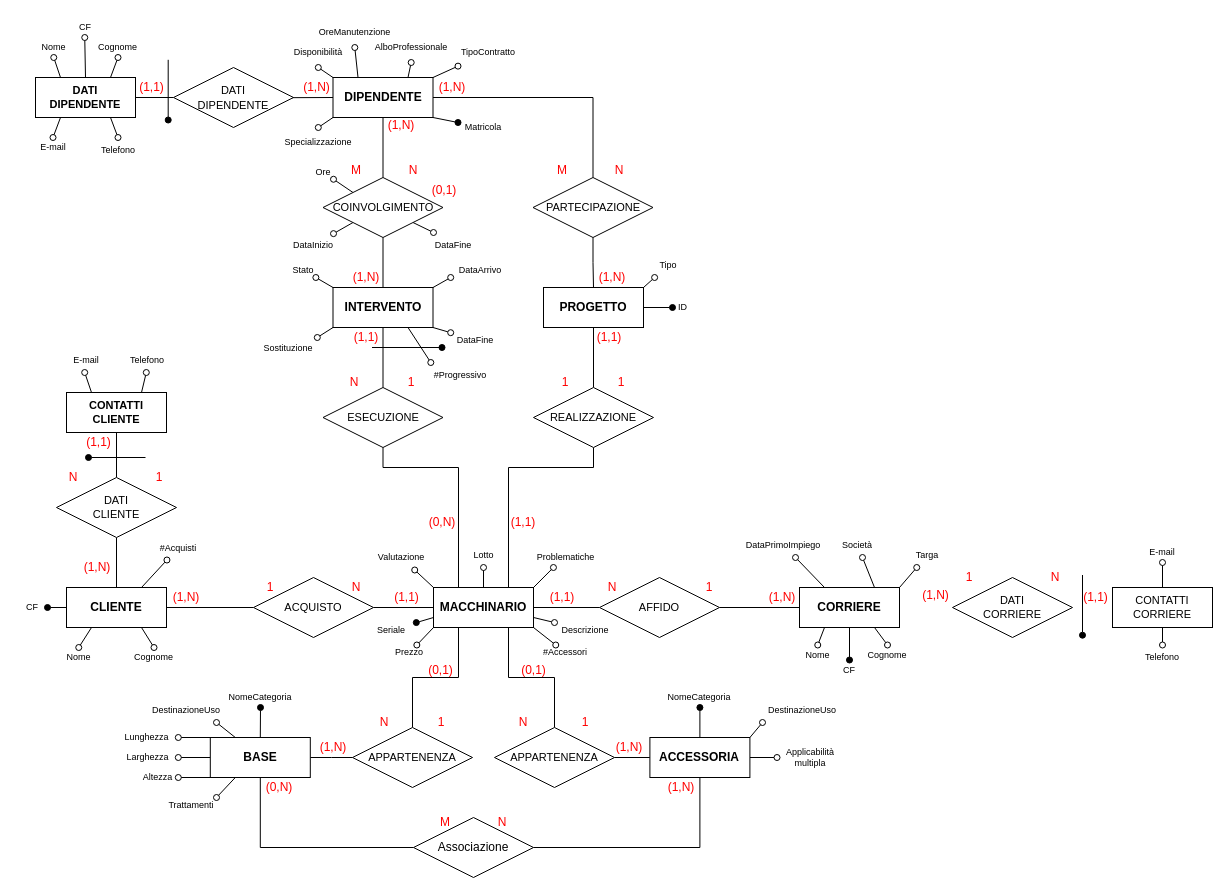
Earlier version of the draw.io diagram SchemaER/SchemaER_Definitivo.drawio (MicheleRabesco/MacchinariEstetici). Source tidied: cells renumbered, new cells numbered last; positions are measured from the earlier drawing's top-left corner, leaving out a move shared by most shapes. Both pictures are drawn from the tidied source at 100%, with x=0, y=0 at pixel (17, 17).
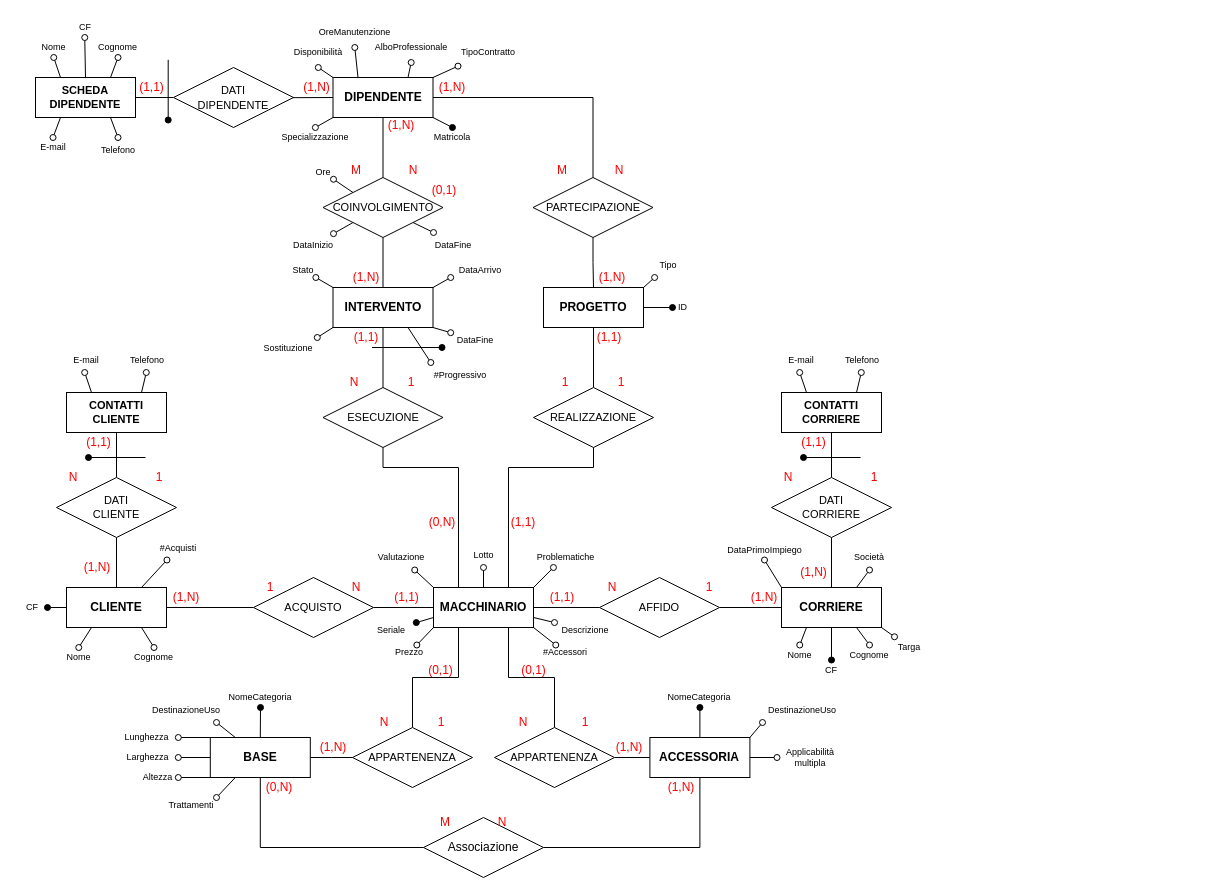
Above is the later version.

The change refers to these unchanged cells:
```xml
<mxCell id="33" value="&lt;b&gt;DIPENDENTE&lt;/b&gt;" style="whiteSpace=wrap;html=1;align=center;" parent="1" vertex="1">
  <mxGeometry x="315.5" y="60" width="100" height="40" as="geometry" />
</mxCell>
```

The edit, as a diff of the source:
```diff
@@
-    <mxCell id="27" style="rounded=0;sketch=0;jettySize=auto;html=1;exitX=1;exitY=1;exitDx=0;exitDy=0;fontSize=9;endArrow=oval;endFill=1;" parent="1" edge="1" source="33" target="153">
+    <mxCell id="27" style="rounded=0;sketch=0;jettySize=auto;html=1;exitX=1;exitY=1;exitDx=0;exitDy=0;fontSize=9;endArrow=oval;endFill=1;entryX=0.5;entryY=0;entryDx=0;entryDy=0;" parent="1" edge="1" source="33" target="153">
       <mxGeometry relative="1" as="geometry" />
     </mxCell>
@@
-    <mxCell id="40" style="edgeStyle=none;rounded=0;jettySize=auto;html=1;exitX=0.25;exitY=0;exitDx=0;exitDy=0;fontSize=9;fontColor=#000000;endArrow=oval;endFill=0;" parent="1" edge="1" source="46" target="115">
+    <mxCell id="40" style="edgeStyle=none;rounded=0;jettySize=auto;html=1;exitX=0;exitY=0;exitDx=0;exitDy=0;fontSize=9;fontColor=#000000;endArrow=oval;endFill=0;entryX=0.5;entryY=1;entryDx=0;entryDy=0;" parent="1" edge="1" source="46" target="115">
       <mxGeometry relative="1" as="geometry" />
     </mxCell>
-    <mxCell id="41" style="edgeStyle=none;rounded=0;jettySize=auto;html=1;exitX=0.75;exitY=0;exitDx=0;exitDy=0;fontSize=9;fontColor=#000000;endArrow=oval;endFill=0;" parent="1" edge="1" source="46" target="116">
+    <mxCell id="41" style="edgeStyle=none;rounded=0;jettySize=auto;html=1;exitX=0.75;exitY=0;exitDx=0;exitDy=0;fontSize=9;fontColor=#000000;endArrow=oval;endFill=0;entryX=0.5;entryY=1;entryDx=0;entryDy=0;" parent="1" edge="1" source="46" target="116">
       <mxGeometry relative="1" as="geometry" />
     </mxCell>
-    <mxCell id="42" style="edgeStyle=none;rounded=0;jettySize=auto;html=1;exitX=1;exitY=0;exitDx=0;exitDy=0;fontSize=9;fontColor=#000000;endArrow=oval;endFill=0;" parent="1" edge="1" source="46" target="117">
+    <mxCell id="42" style="edgeStyle=none;rounded=0;jettySize=auto;html=1;exitX=1;exitY=1;exitDx=0;exitDy=0;fontSize=9;fontColor=#000000;endArrow=oval;endFill=0;" parent="1" edge="1" source="46" target="117">
       <mxGeometry relative="1" as="geometry" />
     </mxCell>
@@
+    <mxCell id="203" style="edgeStyle=orthogonalEdgeStyle;rounded=0;jettySize=auto;html=1;fontColor=#000000;endArrow=none;endFill=0;entryX=0.5;entryY=1;entryDx=0;entryDy=0;" parent="1" edge="1" source="46" target="192">
+      <mxGeometry relative="1" as="geometry" />
+    </mxCell>
     <mxCell id="46" value="&lt;b&gt;CORRIERE&lt;/b&gt;" style="whiteSpace=wrap;html=1;align=center;fontColor=#000000;" parent="1" vertex="1">
-      <mxGeometry x="782" y="570" width="100" height="40" as="geometry" />
+      <mxGeometry x="764" y="570" width="100" height="40" as="geometry" />
     </mxCell>
@@
     <mxCell id="82" value="Specializzazione" style="text;html=1;strokeColor=none;fillColor=none;align=center;verticalAlign=middle;whiteSpace=wrap;rounded=0;fontSize=9;" parent="1" vertex="1">
-      <mxGeometry x="270.8" y="110" width="60" height="30" as="geometry" />
+      <mxGeometry x="270.8" y="110" width="54.2" height="20" as="geometry" />
     </mxCell>
@@
     <mxCell id="115" value="DataPrimoImpiego" style="text;html=1;strokeColor=none;fillColor=none;align=center;verticalAlign=middle;whiteSpace=wrap;rounded=0;fontSize=9;fontColor=#000000;" parent="1" vertex="1">
-      <mxGeometry x="745" y="515" width="41.9" height="25" as="geometry" />
+      <mxGeometry x="707.5" y="522.5" width="79" height="20" as="geometry" />
     </mxCell>
     <mxCell id="116" value="Società" style="text;html=1;strokeColor=none;fillColor=none;align=center;verticalAlign=middle;whiteSpace=wrap;rounded=0;fontSize=9;fontColor=#000000;" parent="1" vertex="1">
-      <mxGeometry x="825" y="515" width="30" height="25" as="geometry" />
+      <mxGeometry x="837" y="527.5" width="30" height="25" as="geometry" />
     </mxCell>
     <mxCell id="117" value="Targa" style="text;html=1;strokeColor=none;fillColor=none;align=center;verticalAlign=middle;whiteSpace=wrap;rounded=0;fontSize=9;fontColor=#000000;" parent="1" vertex="1">
-      <mxGeometry x="895" y="525" width="30" height="25" as="geometry" />
+      <mxGeometry x="877" y="617.5" width="30" height="25" as="geometry" />
     </mxCell>
@@
     <mxCell id="121" value="Nome" style="text;html=1;strokeColor=none;fillColor=none;align=center;verticalAlign=middle;whiteSpace=wrap;rounded=0;fontSize=9;fontColor=#000000;" parent="1" vertex="1">
-      <mxGeometry x="782" y="627.5" width="36.5" height="20" as="geometry" />
+      <mxGeometry x="764" y="627.5" width="36.5" height="20" as="geometry" />
     </mxCell>
     <mxCell id="122" value="Cognome" style="text;html=1;strokeColor=none;fillColor=none;align=center;verticalAlign=middle;whiteSpace=wrap;rounded=0;fontSize=9;fontColor=#000000;" parent="1" vertex="1">
-      <mxGeometry x="845" y="627.5" width="50" height="20" as="geometry" />
+      <mxGeometry x="827" y="627.5" width="50" height="20" as="geometry" />
     </mxCell>
     <mxCell id="123" value="CF" style="text;html=1;strokeColor=none;fillColor=none;align=center;verticalAlign=middle;whiteSpace=wrap;rounded=0;fontSize=9;fontColor=#000000;" parent="1" vertex="1">
-      <mxGeometry x="817" y="642.5" width="30" height="20" as="geometry" />
+      <mxGeometry x="799" y="642.5" width="30" height="20" as="geometry" />
     </mxCell>
@@
     <mxCell id="127" value="(1,N)" style="text;html=1;align=center;verticalAlign=middle;whiteSpace=wrap;rounded=0;fontColor=#FF0000;" parent="1" vertex="1">
-      <mxGeometry x="745" y="575" width="40" height="10" as="geometry" />
+      <mxGeometry x="727" y="575" width="40" height="10" as="geometry" />
     </mxCell>
@@
     <mxCell id="153" value="Matricola" style="text;html=1;strokeColor=none;fillColor=none;align=center;verticalAlign=middle;whiteSpace=wrap;rounded=0;fontSize=9;" parent="1" vertex="1">
-      <mxGeometry x="440.5" y="102.5" width="50" height="15" as="geometry" />
+      <mxGeometry x="404.1" y="110" width="61.7" height="20" as="geometry" />
     </mxCell>
@@
     <mxCell id="155" value="Associazione" style="shape=rhombus;perimeter=rhombusPerimeter;whiteSpace=wrap;html=1;align=center;" parent="1" vertex="1">
-      <mxGeometry x="396" y="800" width="120" height="60" as="geometry" />
+      <mxGeometry x="406" y="800" width="120" height="60" as="geometry" />
     </mxCell>
@@
-    <mxCell id="170" value="&lt;b&gt;DATI&lt;br&gt;DIPENDENTE&lt;/b&gt;" style="whiteSpace=wrap;html=1;align=center;fontSize=11;" parent="1" vertex="1">
+    <mxCell id="170" value="&lt;b&gt;SCHEDA&lt;br&gt;DIPENDENTE&lt;/b&gt;" style="whiteSpace=wrap;html=1;align=center;fontSize=11;" parent="1" vertex="1">
       <mxGeometry x="18" y="60" width="100" height="40" as="geometry" />
     </mxCell>
@@
+    <mxCell id="201" value="(1,N)" style="text;html=1;strokeColor=none;fillColor=none;align=center;verticalAlign=middle;whiteSpace=wrap;rounded=0;fontColor=#FF0000;direction=east;" parent="1" vertex="1">
+      <mxGeometry x="283" y="60" width="33" height="20" as="geometry" />
+    </mxCell>
+    <mxCell id="202" value="(1,1)" style="text;html=1;strokeColor=none;fillColor=none;align=center;verticalAlign=middle;whiteSpace=wrap;rounded=0;fontColor=#FF0000;direction=east;" parent="1" vertex="1">
+      <mxGeometry x="118" y="60" width="33" height="20" as="geometry" />
+    </mxCell>
-    <mxCell id="190" value="Telefono" style="text;html=1;strokeColor=none;fillColor=none;align=center;verticalAlign=middle;whiteSpace=wrap;rounded=0;fontSize=9;fontColor=#000000;direction=east;" parent="1" vertex="1">
-      <mxGeometry x="1125" y="627.5" width="40" height="25" as="geometry" />
+    <mxCell id="190" value="Telefono" style="text;html=1;strokeColor=none;fillColor=none;align=center;verticalAlign=middle;whiteSpace=wrap;rounded=0;fontSize=9;fontColor=#000000;" parent="1" vertex="1">
+      <mxGeometry x="823.4" y="330" width="44.2" height="25" as="geometry" />
     </mxCell>
-    <mxCell id="191" value="E-mail" style="text;html=1;strokeColor=none;fillColor=none;align=center;verticalAlign=middle;whiteSpace=wrap;rounded=0;fontSize=9;fontColor=#000000;direction=east;" parent="1" vertex="1">
-      <mxGeometry x="1125" y="525" width="40" height="20" as="geometry" />
+    <mxCell id="191" value="E-mail" style="text;html=1;strokeColor=none;fillColor=none;align=center;verticalAlign=middle;whiteSpace=wrap;rounded=0;fontSize=9;fontColor=#000000;" parent="1" vertex="1">
+      <mxGeometry x="764" y="330" width="40" height="25" as="geometry" />
     </mxCell>
+    <mxCell id="204" style="edgeStyle=orthogonalEdgeStyle;rounded=0;jettySize=auto;html=1;entryX=0.5;entryY=1;entryDx=0;entryDy=0;endArrow=none;endFill=0;" parent="1" edge="1" source="192" target="195">
+      <mxGeometry relative="1" as="geometry" />
+    </mxCell>
-    <mxCell id="192" value="DATI&lt;br&gt;CORRIERE" style="shape=rhombus;perimeter=rhombusPerimeter;whiteSpace=wrap;html=1;align=center;fontSize=11;direction=east;" parent="1" vertex="1">
-      <mxGeometry x="935" y="560" width="120" height="60" as="geometry" />
+    <mxCell id="192" value="DATI&lt;br&gt;CORRIERE" style="shape=rhombus;perimeter=rhombusPerimeter;whiteSpace=wrap;html=1;align=center;fontSize=11;" parent="1" vertex="1">
+      <mxGeometry x="754" y="460" width="120" height="60" as="geometry" />
     </mxCell>
-    <mxCell id="193" style="edgeStyle=none;rounded=0;jettySize=auto;html=1;exitX=0.5;exitY=0;exitDx=0;exitDy=0;entryX=0.5;entryY=1;entryDx=0;entryDy=0;fontSize=11;endArrow=oval;endFill=0;" parent="1" edge="1" source="195" target="191">
-      <mxGeometry relative="1" as="geometry" />
-    </mxCell>
-    <mxCell id="194" style="edgeStyle=none;rounded=0;jettySize=auto;html=1;exitX=0.5;exitY=1;exitDx=0;exitDy=0;entryX=0.5;entryY=0;entryDx=0;entryDy=0;fontSize=11;endArrow=oval;endFill=0;" parent="1" edge="1" source="195" target="190">
-      <mxGeometry relative="1" as="geometry" />
-    </mxCell>
+    <mxCell id="205" style="edgeStyle=none;rounded=0;jettySize=auto;html=1;exitX=0.25;exitY=0;exitDx=0;exitDy=0;entryX=0.5;entryY=1;entryDx=0;entryDy=0;fontSize=11;endArrow=oval;endFill=0;" parent="1" edge="1" source="195">
+      <mxGeometry relative="1" as="geometry">
+        <mxPoint x="782.2" y="355" as="targetPoint" />
+      </mxGeometry>
+    </mxCell>
+    <mxCell id="206" style="edgeStyle=none;rounded=0;jettySize=auto;html=1;exitX=0.75;exitY=0;exitDx=0;exitDy=0;entryX=0.5;entryY=1;entryDx=0;entryDy=0;fontSize=11;endArrow=oval;endFill=0;" parent="1" edge="1" source="195">
+      <mxGeometry relative="1" as="geometry">
+        <mxPoint x="843.8" y="355" as="targetPoint" />
+      </mxGeometry>
+    </mxCell>
-    <mxCell id="195" value="CONTATTI&lt;br&gt;CORRIERE" style="whiteSpace=wrap;html=1;align=center;fontSize=11;direction=east;" parent="1" vertex="1">
-      <mxGeometry x="1095" y="570" width="100" height="40" as="geometry" />
+    <mxCell id="195" value="&lt;b&gt;CONTATTI&lt;br&gt;CORRIERE&lt;br&gt;&lt;/b&gt;" style="whiteSpace=wrap;html=1;align=center;fontSize=11;" parent="1" vertex="1">
+      <mxGeometry x="764" y="375" width="100" height="40" as="geometry" />
     </mxCell>
+    <mxCell id="200" value="(1,N)" style="text;html=1;align=center;verticalAlign=middle;whiteSpace=wrap;rounded=0;fontColor=#FF0000;" parent="1" vertex="1">
+      <mxGeometry x="773.2" y="550" width="47.2" height="10" as="geometry" />
+    </mxCell>
-    <mxCell id="196" value="(1,1)" style="text;html=1;strokeColor=none;fillColor=none;align=center;verticalAlign=middle;whiteSpace=wrap;rounded=0;fontColor=#FF0000;direction=east;" parent="1" vertex="1">
-      <mxGeometry x="1062" y="570" width="33" height="20" as="geometry" />
+    <mxCell id="196" value="(1,1)" style="text;html=1;strokeColor=none;fillColor=none;align=center;verticalAlign=middle;whiteSpace=wrap;rounded=0;fontColor=#FF0000;" parent="1" vertex="1">
+      <mxGeometry x="780.3" y="415" width="33" height="20" as="geometry" />
     </mxCell>
+    <mxCell id="198" value="N" style="text;html=1;strokeColor=none;fillColor=none;align=center;verticalAlign=middle;whiteSpace=wrap;rounded=0;fontColor=#FF0000;" parent="1" vertex="1">
+      <mxGeometry x="766" y="455" width="10" height="10" as="geometry" />
+    </mxCell>
-    <mxCell id="197" value="1" style="text;html=1;strokeColor=none;fillColor=none;align=center;verticalAlign=middle;whiteSpace=wrap;rounded=0;fontColor=#FF0000;direction=east;" parent="1" vertex="1">
-      <mxGeometry x="947" y="555" width="10" height="10" as="geometry" />
+    <mxCell id="197" value="1" style="text;html=1;strokeColor=none;fillColor=none;align=center;verticalAlign=middle;whiteSpace=wrap;rounded=0;fontColor=#FF0000;" parent="1" vertex="1">
+      <mxGeometry x="852" y="455" width="10" height="10" as="geometry" />
     </mxCell>
-    <mxCell id="198" value="N" style="text;html=1;strokeColor=none;fillColor=none;align=center;verticalAlign=middle;whiteSpace=wrap;rounded=0;fontColor=#FF0000;direction=east;" parent="1" vertex="1">
-      <mxGeometry x="1033" y="555" width="10" height="10" as="geometry" />
-    </mxCell>
-    <mxCell id="199" style="endArrow=oval;html=1;rounded=0;fontSize=11;endFill=1;fontColor=#FF0000;" parent="1" edge="1">
-      <mxGeometry relative="1" as="geometry">
-        <mxPoint x="1065" y="557.5" as="sourcePoint" />
-        <mxPoint x="1065" y="617.7" as="targetPoint" />
-      </mxGeometry>
-    </mxCell>
-    <mxCell id="200" value="(1,N)" style="text;html=1;strokeColor=none;fillColor=none;align=center;verticalAlign=middle;whiteSpace=wrap;rounded=0;fontColor=#FF0000;direction=east;" parent="1" vertex="1">
-      <mxGeometry x="902" y="567.5" width="33" height="20" as="geometry" />
-    </mxCell>
-    <mxCell id="201" value="(1,N)" style="text;html=1;strokeColor=none;fillColor=none;align=center;verticalAlign=middle;whiteSpace=wrap;rounded=0;fontColor=#FF0000;direction=east;" parent="1" vertex="1">
-      <mxGeometry x="283" y="60" width="33" height="20" as="geometry" />
-    </mxCell>
-    <mxCell id="202" value="(1,1)" style="text;html=1;strokeColor=none;fillColor=none;align=center;verticalAlign=middle;whiteSpace=wrap;rounded=0;fontColor=#FF0000;direction=east;" parent="1" vertex="1">
-      <mxGeometry x="118" y="60" width="33" height="20" as="geometry" />
-    </mxCell>
+    <mxCell id="207" style="endArrow=oval;html=1;rounded=0;fontSize=11;endFill=1;fontColor=#FF0000;" parent="1" edge="1">
+      <mxGeometry relative="1" as="geometry">
+        <mxPoint x="843" y="440" as="sourcePoint" />
+        <mxPoint x="786" y="440" as="targetPoint" />
+      </mxGeometry>
+    </mxCell>
```
